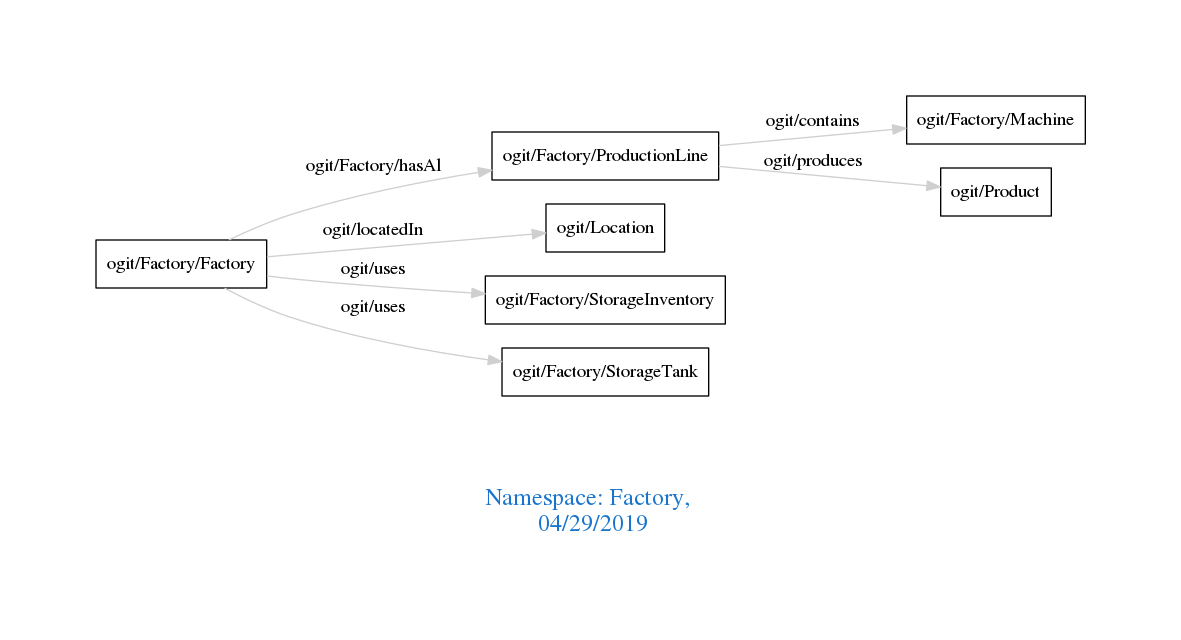
Above: downloads/Factory.png in arago/OGIT (Graphviz), before the change. Its source is kept beside it as downloads/Factory.dot.
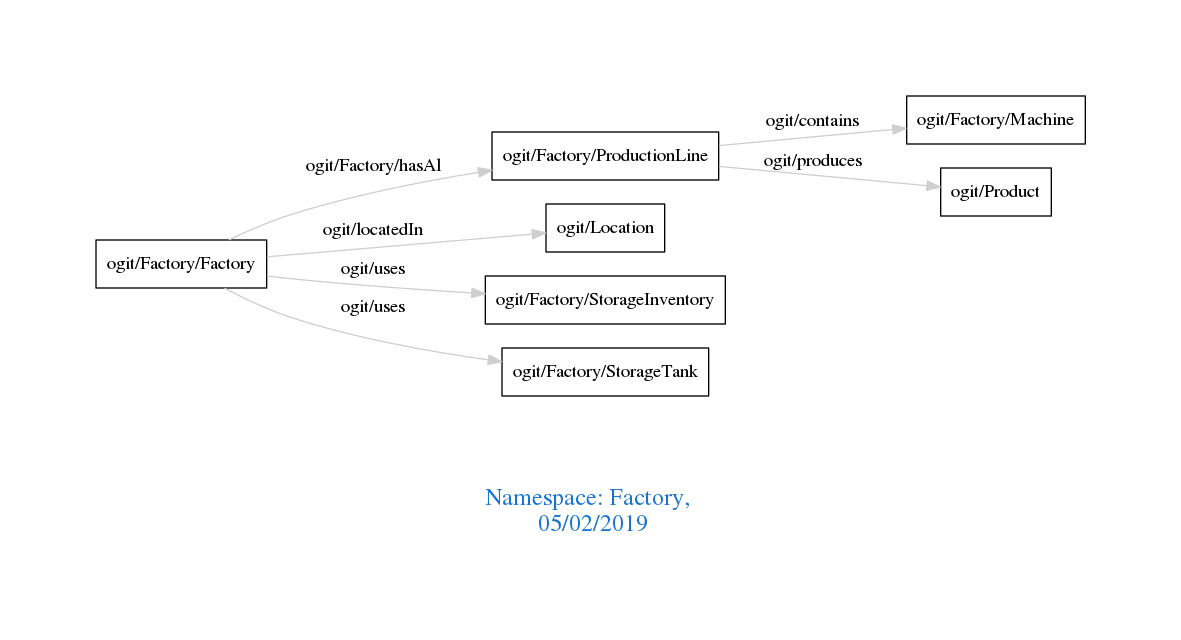
Later version of the same file.

Diff of the diagram source:
```diff
@@ -1,7 +1,7 @@
 digraph OGIT_ontology {
  graph [ rankdir= LR,pad=1
 fontsize = 18,
-fontcolor= dodgerblue3,label = "\n\n\nNamespace: Factory, \n 04/29/2019"];
+fontcolor= dodgerblue3,label = "\n\n\nNamespace: Factory, \n 05/02/2019"];
 node[shape=polygon];
 edge [  color="gray81"];
 
```
